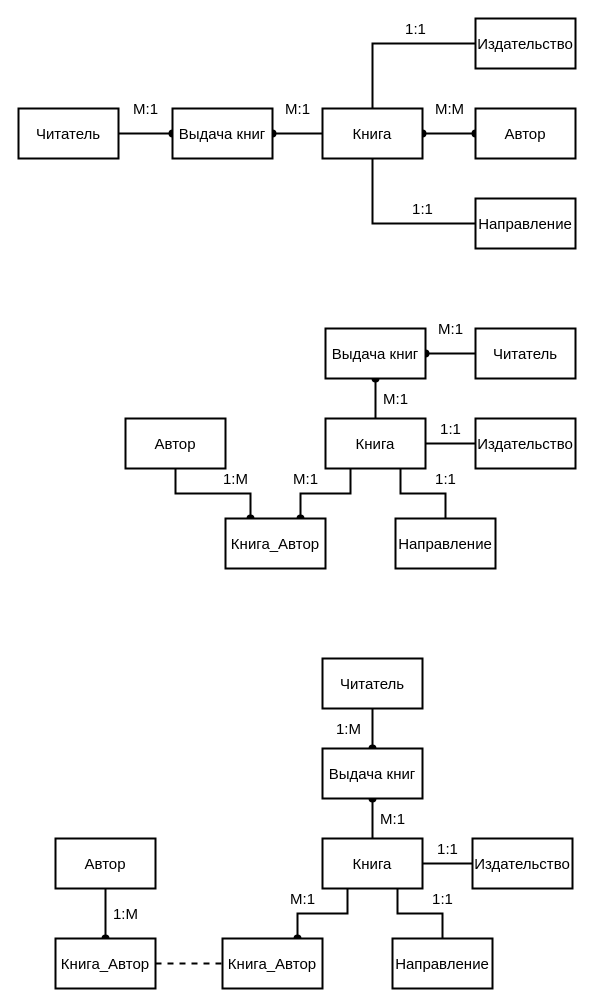
Earlier version of the draw.io diagram 3 курс/5 семестр/КП/Схемы/Структуры.drawio (IlyaDzh/SevSU). Source tidied: cells renumbered, new cells numbered last; positions are measured from the earlier drawing's top-left corner, leaving out a move shared by most shapes. Both pictures are drawn from the tidied source at 100%, with x=0, y=0 at pixel (18, 18).
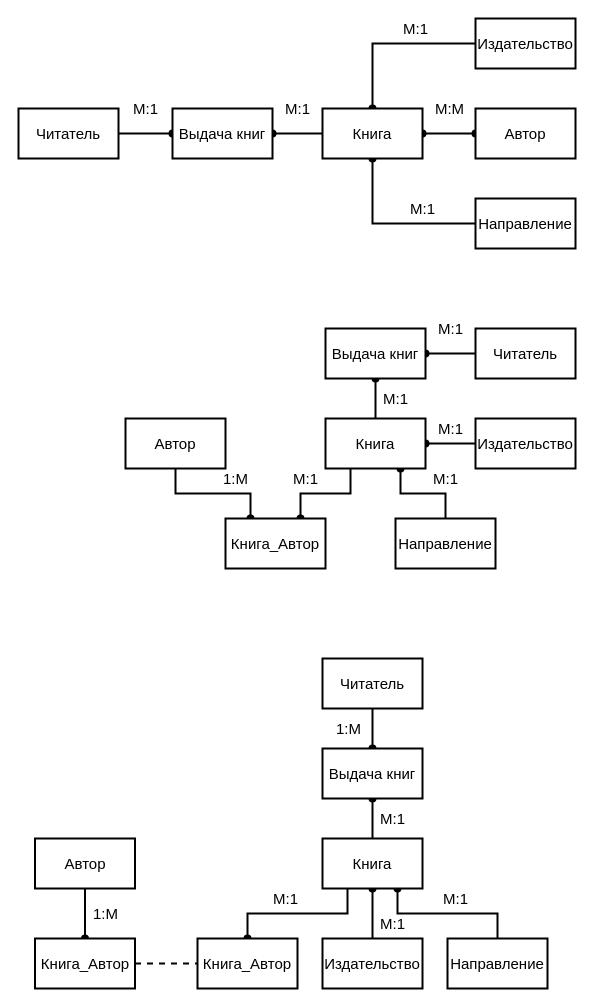
The same page after the edit.

Unchanged cells that the change refers to:
```xml
<mxCell id="9" value="&lt;font style=&quot;font-size: 15px;&quot;&gt;Книга&lt;/font&gt;" style="rounded=0;whiteSpace=wrap;html=1;strokeWidth=2;fontSize=15;" parent="1" vertex="1">
  <mxGeometry x="307" y="400" width="100" height="50" as="geometry" />
</mxCell>
<mxCell id="10" value="Направление" style="rounded=0;whiteSpace=wrap;html=1;strokeWidth=2;fontSize=15;" parent="1" vertex="1">
  <mxGeometry x="377" y="500" width="100" height="50" as="geometry" />
</mxCell>
<mxCell id="11" value="Издательство" style="rounded=0;whiteSpace=wrap;html=1;strokeWidth=2;fontSize=15;" parent="1" vertex="1">
  <mxGeometry x="457" y="400" width="100" height="50" as="geometry" />
</mxCell>
<mxCell id="28" value="&lt;font style=&quot;font-size: 15px;&quot;&gt;Книга&lt;/font&gt;" style="rounded=0;whiteSpace=wrap;html=1;strokeWidth=2;fontSize=15;" parent="1" vertex="1">
  <mxGeometry x="304" y="820" width="100" height="50" as="geometry" />
</mxCell>
<mxCell id="46" value="Книга" style="rounded=0;whiteSpace=wrap;html=1;strokeWidth=2;fontSize=15;" parent="1" vertex="1">
  <mxGeometry x="304" y="90" width="100" height="50" as="geometry" />
</mxCell>
<mxCell id="53" value="Издательство" style="rounded=0;whiteSpace=wrap;html=1;strokeWidth=2;fontSize=15;" parent="1" vertex="1">
  <mxGeometry x="457" width="100" height="50" as="geometry" />
</mxCell>
<mxCell id="54" value="Направление" style="rounded=0;whiteSpace=wrap;html=1;strokeWidth=2;fontSize=15;" parent="1" vertex="1">
  <mxGeometry x="457" y="180" width="100" height="50" as="geometry" />
</mxCell>
```

What changed in the source:
```diff
@@
+    <mxCell id="8" style="edgeStyle=orthogonalEdgeStyle;rounded=0;jettySize=auto;html=1;exitX=1;exitY=0.5;exitDx=0;exitDy=0;entryX=0;entryY=0.5;entryDx=0;entryDy=0;startArrow=oval;startFill=1;endArrow=none;endFill=0;strokeWidth=2;" parent="1" edge="1" source="9" target="11">
+      <mxGeometry relative="1" as="geometry" />
+    </mxCell>
-    <mxCell id="7" style="edgeStyle=orthogonalEdgeStyle;rounded=0;jettySize=auto;html=1;exitX=0.75;exitY=1;exitDx=0;exitDy=0;entryX=0.5;entryY=0;entryDx=0;entryDy=0;startArrow=none;startFill=0;endArrow=none;endFill=0;strokeWidth=2;fontSize=15;" parent="1" edge="1" source="9" target="10">
+    <mxCell id="7" style="edgeStyle=orthogonalEdgeStyle;rounded=0;jettySize=auto;html=1;exitX=0.75;exitY=1;exitDx=0;exitDy=0;entryX=0.5;entryY=0;entryDx=0;entryDy=0;startArrow=oval;startFill=1;endArrow=none;endFill=0;strokeWidth=2;" parent="1" edge="1" source="9" target="10">
       <mxGeometry relative="1" as="geometry" />
     </mxCell>
-    <mxCell id="8" style="edgeStyle=orthogonalEdgeStyle;rounded=0;jettySize=auto;html=1;exitX=1;exitY=0.5;exitDx=0;exitDy=0;entryX=0;entryY=0.5;entryDx=0;entryDy=0;startArrow=none;startFill=0;endArrow=none;endFill=0;strokeWidth=2;fontSize=15;" parent="1" edge="1" source="9" target="11">
-      <mxGeometry relative="1" as="geometry" />
-    </mxCell>
@@
-    <mxCell id="19" value="1:1" style="text;html=1;align=center;verticalAlign=middle;fontSize=15;" parent="1" vertex="1">
+    <mxCell id="19" value="М:1" style="text;html=1;align=center;verticalAlign=middle;fontSize=15;" parent="1" vertex="1">
       <mxGeometry x="412" y="400" width="40" height="20" as="geometry" />
     </mxCell>
-    <mxCell id="20" value="1:1" style="text;html=1;align=center;verticalAlign=middle;fontSize=15;" parent="1" vertex="1">
+    <mxCell id="20" value="М:1" style="text;html=1;align=center;verticalAlign=middle;fontSize=15;" parent="1" vertex="1">
       <mxGeometry x="407" y="450" width="40" height="20" as="geometry" />
     </mxCell>
@@
-    <mxCell id="25" style="edgeStyle=orthogonalEdgeStyle;rounded=0;jettySize=auto;html=1;exitX=0.25;exitY=1;exitDx=0;exitDy=0;entryX=0.75;entryY=0;entryDx=0;entryDy=0;startArrow=none;startFill=0;endArrow=oval;endFill=1;strokeWidth=2;fontSize=15;" parent="1" edge="1" source="28" target="32">
+    <mxCell id="25" style="edgeStyle=orthogonalEdgeStyle;rounded=0;jettySize=auto;html=1;exitX=0.25;exitY=1;exitDx=0;exitDy=0;entryX=0.5;entryY=0;entryDx=0;entryDy=0;startArrow=none;startFill=0;endArrow=oval;endFill=1;strokeWidth=2;fontSize=15;" parent="1" edge="1" source="28" target="32">
       <mxGeometry relative="1" as="geometry" />
     </mxCell>
+    <mxCell id="27" style="edgeStyle=orthogonalEdgeStyle;rounded=0;jettySize=auto;html=1;exitX=0.5;exitY=1;exitDx=0;exitDy=0;entryX=0.5;entryY=0;entryDx=0;entryDy=0;startArrow=oval;startFill=1;endArrow=none;endFill=0;strokeWidth=2;" parent="1" edge="1" source="28" target="30">
+      <mxGeometry relative="1" as="geometry" />
+    </mxCell>
-    <mxCell id="26" style="edgeStyle=orthogonalEdgeStyle;rounded=0;jettySize=auto;html=1;exitX=0.75;exitY=1;exitDx=0;exitDy=0;entryX=0.5;entryY=0;entryDx=0;entryDy=0;startArrow=none;startFill=0;endArrow=none;endFill=0;strokeWidth=2;fontSize=15;" parent="1" edge="1" source="28" target="29">
+    <mxCell id="26" style="edgeStyle=orthogonalEdgeStyle;rounded=0;jettySize=auto;html=1;exitX=0.75;exitY=1;exitDx=0;exitDy=0;entryX=0.5;entryY=0;entryDx=0;entryDy=0;startArrow=oval;startFill=1;endArrow=none;endFill=0;strokeWidth=2;" parent="1" edge="1" source="28" target="29">
       <mxGeometry relative="1" as="geometry" />
     </mxCell>
-    <mxCell id="27" style="edgeStyle=orthogonalEdgeStyle;rounded=0;jettySize=auto;html=1;exitX=1;exitY=0.5;exitDx=0;exitDy=0;entryX=0;entryY=0.5;entryDx=0;entryDy=0;startArrow=none;startFill=0;endArrow=none;endFill=0;strokeWidth=2;fontSize=15;" parent="1" edge="1" source="28" target="30">
-      <mxGeometry relative="1" as="geometry" />
-    </mxCell>
@@
     <mxCell id="29" value="Направление" style="rounded=0;whiteSpace=wrap;html=1;strokeWidth=2;fontSize=15;" parent="1" vertex="1">
-      <mxGeometry x="374" y="920" width="100" height="50" as="geometry" />
+      <mxGeometry x="429" y="920" width="100" height="50" as="geometry" />
     </mxCell>
     <mxCell id="30" value="Издательство" style="rounded=0;whiteSpace=wrap;html=1;strokeWidth=2;fontSize=15;" parent="1" vertex="1">
-      <mxGeometry x="454" y="820" width="100" height="50" as="geometry" />
+      <mxGeometry x="304" y="920" width="100" height="50" as="geometry" />
     </mxCell>
@@
     <mxCell id="32" value="Книга_Автор" style="rounded=0;whiteSpace=wrap;html=1;strokeWidth=2;fontSize=15;" parent="1" vertex="1">
-      <mxGeometry x="204" y="920" width="100" height="50" as="geometry" />
+      <mxGeometry x="179" y="920" width="100" height="50" as="geometry" />
     </mxCell>
     <mxCell id="33" value="Автор" style="rounded=0;whiteSpace=wrap;html=1;strokeWidth=2;fontSize=15;" parent="1" vertex="1">
-      <mxGeometry x="37" y="820" width="100" height="50" as="geometry" />
+      <mxGeometry x="16.5" y="820" width="100" height="50" as="geometry" />
     </mxCell>
@@
     <mxCell id="36" value="М:1" style="text;html=1;align=center;verticalAlign=middle;fontSize=15;" parent="1" vertex="1">
-      <mxGeometry x="264" y="870" width="40" height="20" as="geometry" />
+      <mxGeometry x="247" y="870" width="40" height="20" as="geometry" />
     </mxCell>
     <mxCell id="37" value="1:М" style="text;html=1;align=center;verticalAlign=middle;fontSize=15;" parent="1" vertex="1">
-      <mxGeometry x="87" y="885" width="40" height="20" as="geometry" />
+      <mxGeometry x="66.5" y="885" width="40" height="20" as="geometry" />
     </mxCell>
-    <mxCell id="38" value="1:1" style="text;html=1;align=center;verticalAlign=middle;fontSize=15;" parent="1" vertex="1">
-      <mxGeometry x="409" y="820" width="40" height="20" as="geometry" />
+    <mxCell id="38" value="М:1" style="text;html=1;align=center;verticalAlign=middle;fontSize=15;" parent="1" vertex="1">
+      <mxGeometry x="354" y="895" width="40" height="20" as="geometry" />
     </mxCell>
-    <mxCell id="39" value="1:1" style="text;html=1;align=center;verticalAlign=middle;fontSize=15;" parent="1" vertex="1">
-      <mxGeometry x="404" y="870" width="40" height="20" as="geometry" />
+    <mxCell id="39" value="М:1" style="text;html=1;align=center;verticalAlign=middle;fontSize=15;" parent="1" vertex="1">
+      <mxGeometry x="417" y="870" width="40" height="20" as="geometry" />
     </mxCell>
     <mxCell id="40" value="Книга_Автор" style="rounded=0;whiteSpace=wrap;html=1;strokeWidth=2;fontSize=15;" parent="1" vertex="1">
-      <mxGeometry x="37" y="920" width="100" height="50" as="geometry" />
+      <mxGeometry x="16.5" y="920" width="100" height="50" as="geometry" />
     </mxCell>
@@
-    <mxCell id="44" style="edgeStyle=orthogonalEdgeStyle;rounded=0;jettySize=auto;html=1;exitX=0.5;exitY=1;exitDx=0;exitDy=0;entryX=0;entryY=0.5;entryDx=0;entryDy=0;startArrow=none;startFill=0;endArrow=none;endFill=0;strokeWidth=2;fontSize=15;" parent="1" edge="1" source="46" target="54">
+    <mxCell id="44" style="edgeStyle=orthogonalEdgeStyle;rounded=0;jettySize=auto;html=1;exitX=0.5;exitY=1;exitDx=0;exitDy=0;entryX=0;entryY=0.5;entryDx=0;entryDy=0;startArrow=oval;startFill=1;endArrow=none;endFill=0;strokeWidth=2;" parent="1" edge="1" source="46" target="54">
       <mxGeometry relative="1" as="geometry" />
     </mxCell>
-    <mxCell id="45" style="edgeStyle=orthogonalEdgeStyle;rounded=0;jettySize=auto;html=1;exitX=0.5;exitY=0;exitDx=0;exitDy=0;entryX=0;entryY=0.5;entryDx=0;entryDy=0;startArrow=none;startFill=0;endArrow=none;endFill=0;strokeWidth=2;fontSize=15;" parent="1" edge="1" source="46" target="53">
+    <mxCell id="45" style="edgeStyle=orthogonalEdgeStyle;rounded=0;jettySize=auto;html=1;exitX=0.5;exitY=0;exitDx=0;exitDy=0;entryX=0;entryY=0.5;entryDx=0;entryDy=0;startArrow=oval;startFill=1;endArrow=none;endFill=0;strokeWidth=2;" parent="1" edge="1" source="46" target="53">
       <mxGeometry relative="1" as="geometry" />
     </mxCell>
@@
-    <mxCell id="56" value="1:1" style="text;html=1;align=center;verticalAlign=middle;fontSize=15;" parent="1" vertex="1">
+    <mxCell id="56" value="М:1" style="text;html=1;align=center;verticalAlign=middle;fontSize=15;" parent="1" vertex="1">
       <mxGeometry x="377" width="40" height="20" as="geometry" />
     </mxCell>
-    <mxCell id="57" value="1:1" style="text;html=1;align=center;verticalAlign=middle;fontSize=15;" parent="1" vertex="1">
+    <mxCell id="57" value="М:1" style="text;html=1;align=center;verticalAlign=middle;fontSize=15;" parent="1" vertex="1">
       <mxGeometry x="384" y="180" width="40" height="20" as="geometry" />
     </mxCell>
```
